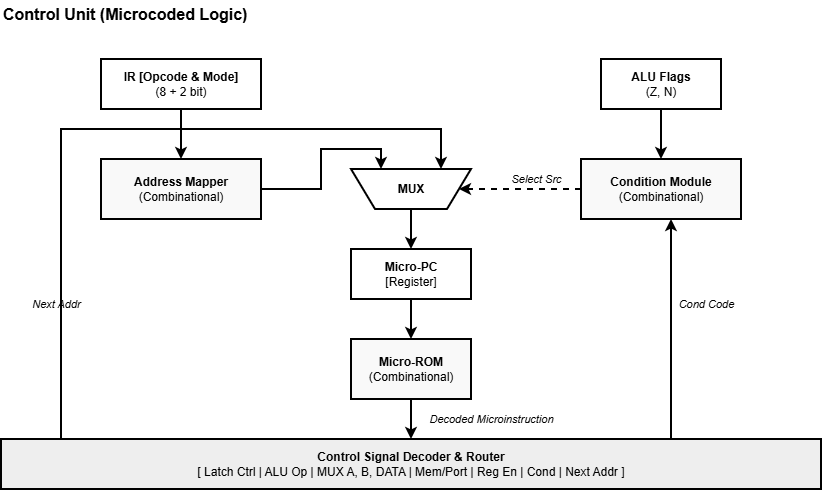
Above: img/CU.png in Antichnoste/csa-lab4 (draw.io), before the change. Source tidied: cells renumbered, new cells last; positions are measured from the earlier drawing's top-left corner, leaving out a move shared by most shapes.
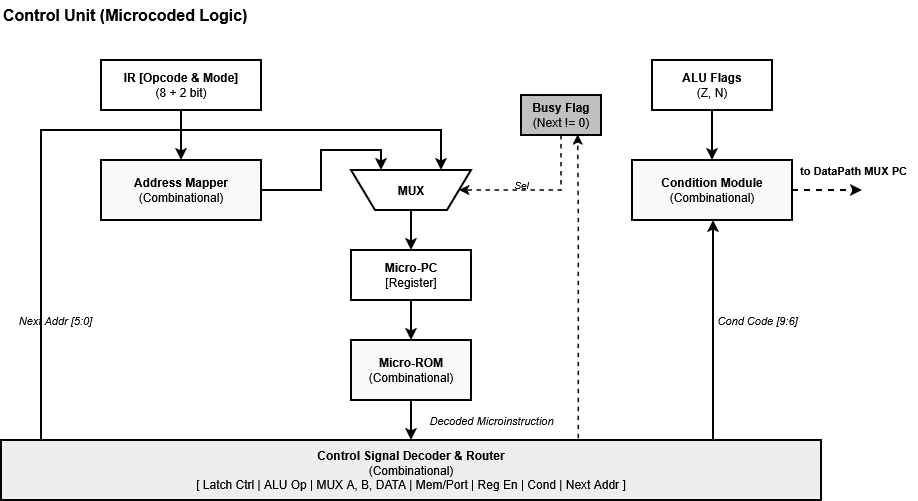
The same diagram one commit later.

Change to the diagram source:
```diff
@@ -9,7 +9,7 @@
       <mxGeometry x="100" y="60" width="160" height="50" as="geometry" />
     </mxCell>
     <mxCell id="4" value="&lt;b&gt;ALU Flags&lt;/b&gt;&#10;(Z, N)" style="rounded=0;whiteSpace=wrap;html=1;fillColor=#ffffff;strokeColor=#000000;strokeWidth=2;" parent="1" vertex="1">
-      <mxGeometry x="600" y="60" width="120" height="50" as="geometry" />
+      <mxGeometry x="651" y="60" width="120" height="50" as="geometry" />
     </mxCell>
     <mxCell id="5" value="&lt;b&gt;Address Mapper&lt;/b&gt;&#10;(Combinational)" style="rounded=0;whiteSpace=wrap;html=1;fillColor=#f9f9f9;strokeColor=#000000;strokeWidth=2;" parent="1" vertex="1">
       <mxGeometry x="100" y="160" width="160" height="60" as="geometry" />
@@ -18,7 +18,7 @@
       <mxGeometry relative="1" as="geometry" />
     </mxCell>
     <mxCell id="7" value="&lt;b&gt;Condition Module&lt;/b&gt;&#10;(Combinational)" style="rounded=0;whiteSpace=wrap;html=1;fillColor=#f9f9f9;strokeColor=#000000;strokeWidth=2;" parent="1" vertex="1">
-      <mxGeometry x="580" y="160" width="160" height="60" as="geometry" />
+      <mxGeometry x="631" y="160" width="160" height="60" as="geometry" />
     </mxCell>
     <mxCell id="8" style="edgeStyle=orthogonalEdgeStyle;rounded=0;html=1;strokeColor=#000000;strokeWidth=2;" parent="1" edge="1" source="4" target="7">
       <mxGeometry relative="1" as="geometry" />
@@ -35,16 +35,6 @@
         </Array>
       </mxGeometry>
     </mxCell>
-    <mxCell id="11" style="edgeStyle=orthogonalEdgeStyle;rounded=0;html=1;strokeColor=#000000;strokeWidth=2;dashed=1;" parent="1" edge="1" source="7" target="9">
-      <mxGeometry relative="1" as="geometry">
-        <Array as="points">
-          <mxPoint x="520" y="190" />
-        </Array>
-      </mxGeometry>
-    </mxCell>
-    <mxCell id="12" value="Select Src" style="text;html=1;align=center;verticalAlign=middle;strokeColor=none;fillColor=none;fontSize=11;fontStyle=2;" parent="1" vertex="1">
-      <mxGeometry x="495" y="165" width="80" height="30" as="geometry" />
-    </mxCell>
     <mxCell id="13" value="&lt;b&gt;Micro-PC&lt;/b&gt;&#10;[Register]" style="rounded=0;whiteSpace=wrap;html=1;fillColor=#ffffff;strokeColor=#000000;strokeWidth=2;" parent="1" vertex="1">
       <mxGeometry x="350" y="250" width="120" height="50" as="geometry" />
     </mxCell>
@@ -57,8 +47,8 @@
     <mxCell id="16" style="edgeStyle=orthogonalEdgeStyle;rounded=0;html=1;strokeColor=#000000;strokeWidth=2;" parent="1" edge="1" source="13" target="15">
       <mxGeometry relative="1" as="geometry" />
     </mxCell>
-    <mxCell id="17" value="&lt;span class=&quot;router-outlet-wrapper ng-tns-c3632379874-0&quot;&gt;&lt;strong class=&quot;ng-star-inserted&quot;&gt;&lt;span class=&quot;inline-code ng-star-inserted&quot;&gt;Control Signal Decoder &amp;amp; Router&lt;/span&gt;&lt;/strong&gt;&lt;/span&gt;&lt;div&gt;&lt;span class=&quot;router-outlet-wrapper ng-tns-c3632379874-0&quot;&gt;[ Latch Ctrl | ALU Op | MUX A, B, DATA | Mem/Port | Reg En | Cond | Next Addr ]&lt;/span&gt;&lt;/div&gt;" style="rounded=0;whiteSpace=wrap;html=1;fillColor=#eeeeee;strokeColor=#000000;strokeWidth=2;" parent="1" vertex="1">
-      <mxGeometry y="440" width="820" height="50" as="geometry" />
+    <mxCell id="17" value="&lt;b&gt;Control Signal Decoder &amp; Router&lt;/b&gt;&#10;(Combinational)&#10;[ Latch Ctrl | ALU Op | MUX A, B, DATA | Mem/Port | Reg En | Cond | Next Addr ]" style="rounded=0;whiteSpace=wrap;html=1;fillColor=#eeeeee;strokeColor=#000000;strokeWidth=2;" parent="1" vertex="1">
+      <mxGeometry y="440" width="820" height="60" as="geometry" />
     </mxCell>
     <mxCell id="18" style="edgeStyle=orthogonalEdgeStyle;rounded=0;html=1;strokeColor=#000000;strokeWidth=2;" parent="1" edge="1" source="15" target="17">
       <mxGeometry relative="1" as="geometry" />
@@ -66,28 +56,59 @@
     <mxCell id="19" value="Decoded Microinstruction" style="text;html=1;align=center;verticalAlign=middle;strokeColor=none;fillColor=none;fontSize=11;fontStyle=2;" parent="1" vertex="1">
       <mxGeometry x="415" y="405" width="150" height="30" as="geometry" />
     </mxCell>
-    <mxCell id="20" style="edgeStyle=orthogonalEdgeStyle;rounded=0;html=1;strokeColor=#000000;strokeWidth=2;" parent="1" edge="1" source="17" target="7">
+    <mxCell id="20" style="edgeStyle=orthogonalEdgeStyle;rounded=0;orthogonalLoop=1;html=1;strokeColor=#000000;strokeWidth=2;" parent="1" edge="1">
       <mxGeometry relative="1" as="geometry">
+        <mxPoint x="712" y="440" as="sourcePoint" />
+        <mxPoint x="712" y="220" as="targetPoint" />
         <Array as="points">
-          <mxPoint x="670" y="330" />
-          <mxPoint x="670" y="330" />
+          <mxPoint x="712" y="330" />
+          <mxPoint x="712" y="330" />
         </Array>
       </mxGeometry>
     </mxCell>
-    <mxCell id="21" value="Cond Code" style="text;html=1;align=center;verticalAlign=middle;strokeColor=none;fillColor=none;fontSize=11;fontStyle=2;" parent="1" vertex="1">
-      <mxGeometry x="665" y="290" width="80" height="30" as="geometry" />
+    <mxCell id="21" value="Cond Code [9:6]" style="text;html=1;align=center;verticalAlign=middle;strokeColor=none;fillColor=none;fontSize=11;fontStyle=2;" parent="1" vertex="1">
+      <mxGeometry x="701" y="305" width="110" height="30" as="geometry" />
     </mxCell>
     <mxCell id="22" style="edgeStyle=orthogonalEdgeStyle;rounded=0;html=1;strokeColor=#000000;strokeWidth=2;" parent="1" edge="1" source="17" target="9">
       <mxGeometry relative="1" as="geometry">
         <Array as="points">
-          <mxPoint x="60" y="440" />
-          <mxPoint x="60" y="130" />
+          <mxPoint x="40" y="440" />
+          <mxPoint x="40" y="130" />
           <mxPoint x="440" y="130" />
         </Array>
       </mxGeometry>
     </mxCell>
-    <mxCell id="23" value="Next Addr" style="text;html=1;align=center;verticalAlign=middle;strokeColor=none;fillColor=none;fontSize=11;fontStyle=2;" parent="1" vertex="1">
-      <mxGeometry x="15" y="290" width="80" height="30" as="geometry" />
+    <mxCell id="23" value="Next Addr [5:0]" style="text;html=1;align=center;verticalAlign=middle;strokeColor=none;fillColor=none;fontSize=11;fontStyle=2;" parent="1" vertex="1">
+      <mxGeometry x="4" y="305" width="100" height="30" as="geometry" />
     </mxCell>
+    <mxCell id="24" style="edgeStyle=orthogonalEdgeStyle;rounded=0;html=1;strokeColor=light-dark(#000000, #ff8989);strokeWidth=2;dashed=1;exitX=1;exitY=0.5;" parent="1" edge="1" source="7">
+      <mxGeometry relative="1" as="geometry">
+        <mxPoint x="861" y="190" as="targetPoint" />
+      </mxGeometry>
+    </mxCell>
+    <mxCell id="25" value="&lt;span style=&quot;color: rgb(0, 0, 0);&quot;&gt;to DataPath MUX PC&lt;/span&gt;" style="text;html=1;align=center;verticalAlign=middle;strokeColor=none;fillColor=none;fontSize=11;fontStyle=1;fontColor=#d32f2f;" parent="1" vertex="1">
+      <mxGeometry x="787" y="155" width="130" height="30" as="geometry" />
+    </mxCell>
+    <mxCell id="26" value="&lt;b&gt;Busy Flag&lt;/b&gt;&lt;br&gt;(Next != 0)" style="rounded=0;whiteSpace=wrap;html=1;fillColor=light-dark(#c0c0c0, #331e1e);strokeColor=#000000;strokeWidth=2;" parent="1" vertex="1">
+      <mxGeometry x="520" y="95" width="80" height="40" as="geometry" />
+    </mxCell>
+    <mxCell id="27" style="edgeStyle=orthogonalEdgeStyle;rounded=0;html=1;strokeColor=#000000;strokeWidth=1.5;dashed=1;exitX=0.704;exitY=-0.029;exitDx=0;exitDy=0;exitPerimeter=0;entryX=0.708;entryY=0.985;entryDx=0;entryDy=0;entryPerimeter=0;" parent="1" edge="1" source="17" target="26">
+      <mxGeometry relative="1" as="geometry">
+        <Array as="points">
+          <mxPoint x="577" y="220" />
+          <mxPoint x="577" y="220" />
+        </Array>
+      </mxGeometry>
+    </mxCell>
+    <mxCell id="28" style="edgeStyle=orthogonalEdgeStyle;rounded=0;html=1;strokeColor=light-dark(#000000, #ff8989);strokeWidth=1.5;dashed=1;entryX=0;entryY=0.5;entryDx=0;entryDy=0;" parent="1" edge="1" source="26" target="9">
+      <mxGeometry relative="1" as="geometry">
+        <Array as="points">
+          <mxPoint x="560" y="190" />
+        </Array>
+      </mxGeometry>
+    </mxCell>
+    <mxCell id="29" value="&lt;span style=&quot;color: rgb(0, 0, 0);&quot;&gt;Sel&lt;/span&gt;" style="text;html=1;align=center;verticalAlign=middle;strokeColor=none;fillColor=none;fontSize=10;fontStyle=2;fontColor=#d32f2f;" parent="1" vertex="1">
+      <mxGeometry x="500" y="170" width="40" height="30" as="geometry" />
+    </mxCell>
   </root>
 </mxGraphModel>
```
